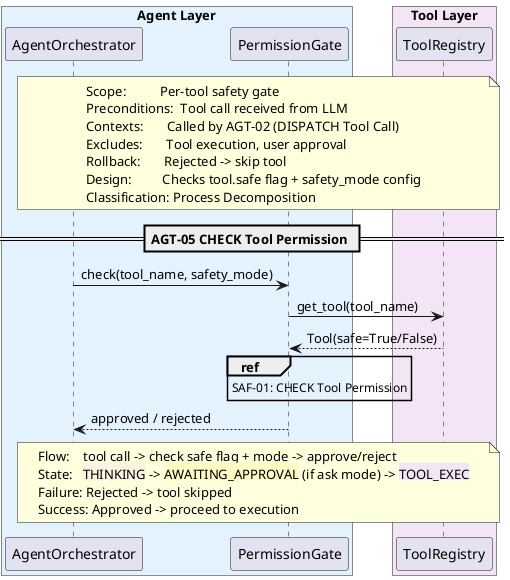
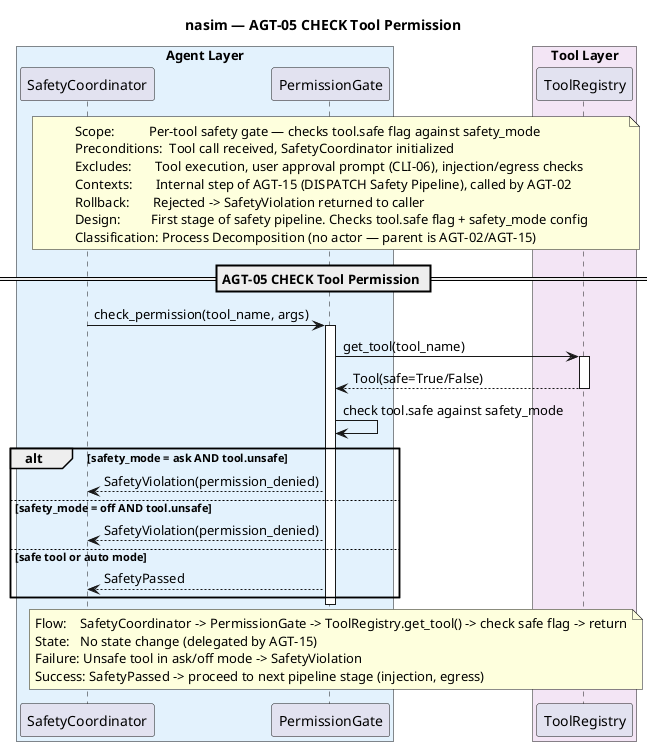
@startuml sq_agt05_check_permission
' ============================================================
- ' Title:     AGT-05 — Check Permission
- ' Boundary:  nasim code agent CLI
- ' Purpose:   Per-tool safety gate before execution
+ ' Title:     AGT-05 — CHECK Tool Permission
+ ' Boundary:  nasim code agent
+ ' Purpose:   Per-tool safety gate before execution (internal step of AGT-02)
' Milestone: v1.0
' Version:   2.0.0
' Source:    docs/UC/README.md
- ' Review:    —
+ ' Review:    Meta-Software Designer audit 2026-06-21
+ ' Note:      Process decomposition — internal step of AGT-02 (DISPATCH Tool Call).
+ '            Not a standalone UC. Actor forbidden per sq.md classification rules.
' ============================================================

+ title nasim — AGT-05 CHECK Tool Permission
+ 
box "Agent Layer" #E3F2FD
-   participant "AgentOrchestrator" as agent
+   participant "SafetyCoordinator" as safety
  participant "PermissionGate" as gate
end box
box "Tool Layer" #F3E5F5
  participant "ToolRegistry" as registry
end box

- note over agent, registry
-   Scope:          Per-tool safety gate
-   Preconditions:  Tool call received from LLM
-   Contexts:       Called by AGT-02 (DISPATCH Tool Call)
-   Excludes:       Tool execution, user approval
-   Rollback:       Rejected -> skip tool
-   Design:         Checks tool.safe flag + safety_mode config
-   Classification: Process Decomposition
+ note over safety, registry
+   Scope:          Per-tool safety gate — checks tool.safe flag against safety_mode
+   Preconditions:  Tool call received, SafetyCoordinator initialized
+   Excludes:       Tool execution, user approval prompt (CLI-06), injection/egress checks
+   Contexts:       Internal step of AGT-15 (DISPATCH Safety Pipeline), called by AGT-02
+   Rollback:       Rejected -> SafetyViolation returned to caller
+   Design:         First stage of safety pipeline. Checks tool.safe flag + safety_mode config
+   Classification: Process Decomposition (no actor — parent is AGT-02/AGT-15)
end note

== AGT-05 CHECK Tool Permission ==

- agent -> gate : check(tool_name, safety_mode)
+ safety -> gate : check_permission(tool_name, args)
+ activate gate
+ 
gate -> registry : get_tool(tool_name)
+ activate registry
registry --> gate : Tool(safe=True/False)
+ deactivate registry

- ref over gate
-   SAF-01: CHECK Tool Permission
- end ref
+ gate -> gate : check tool.safe against safety_mode

- gate --> agent : approved / rejected
+ alt safety_mode = ask AND tool.unsafe
+     gate --> safety : SafetyViolation(permission_denied)
+ else safety_mode = off AND tool.unsafe
+     gate --> safety : SafetyViolation(permission_denied)
+ else safe tool or auto mode
+     gate --> safety : SafetyPassed
+ end

- note over agent, registry
-   Flow:    tool call -> check safe flag + mode -> approve/reject
-   State:   <back:#FFF3E0>THINKING</back> -> <back:#FFF9C4>AWAITING_APPROVAL</back> (if ask mode) -> <back:#F3E5F5>TOOL_EXEC</back>
-   Failure: Rejected -> tool skipped
-   Success: Approved -> proceed to execution
+ deactivate gate
+ 
+ note over safety, registry
+   Flow:    SafetyCoordinator -> PermissionGate -> ToolRegistry.get_tool() -> check safe flag -> return
+   State:   No state change (delegated by AGT-15)
+   Failure: Unsafe tool in ask/off mode -> SafetyViolation
+   Success: SafetyPassed -> proceed to next pipeline stage (injection, egress)
end note

@enduml
